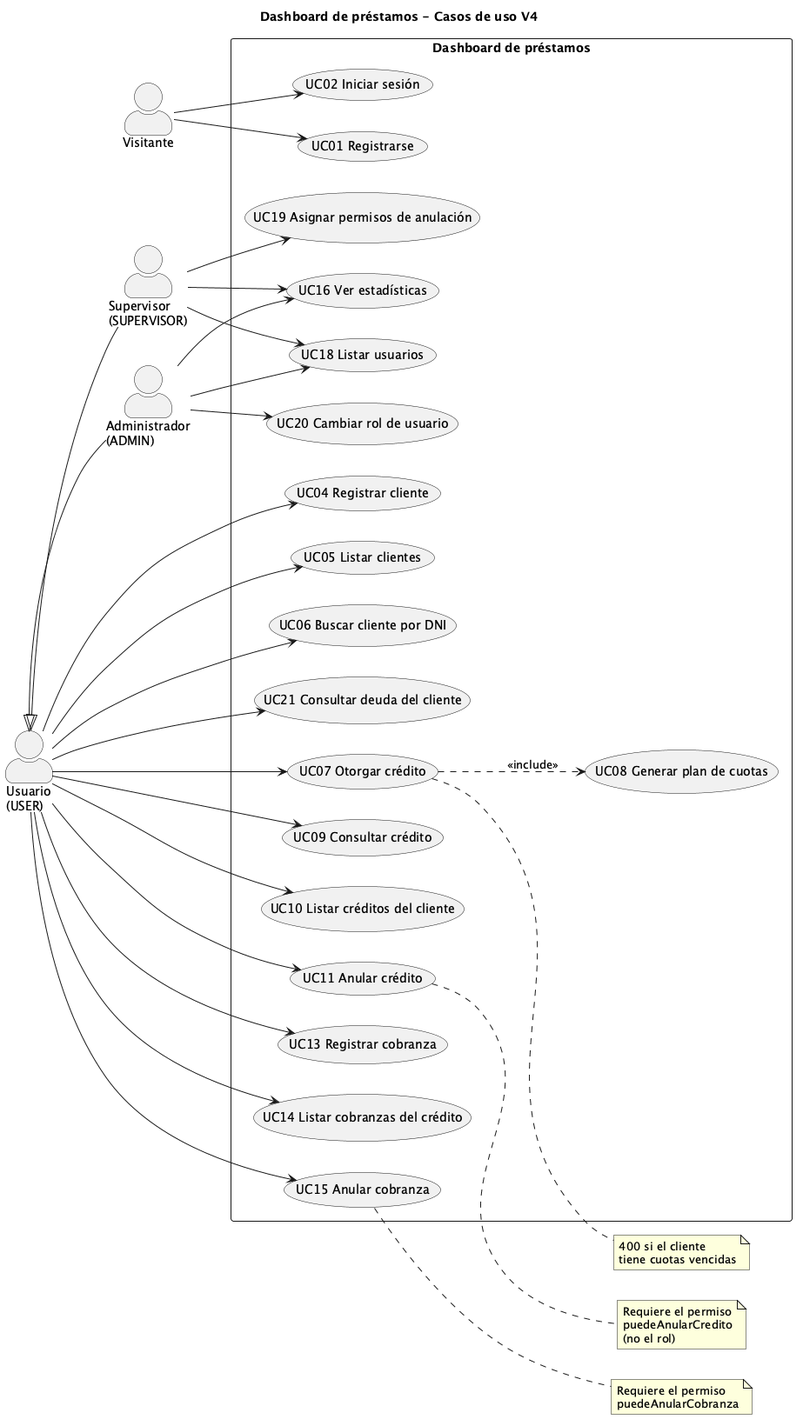
Before: docs/casos-de-uso/casos-de-uso-v4.png, a diagram exported from PlantUML (andreiveisuade/TPO-ProcesoDesarrolloSoftware-V4). Source of this version:
```plantuml
@startuml casos-de-uso-v4
left to right direction
skinparam packageStyle rectangle
skinparam actorStyle awesome

title Dashboard de préstamos - Casos de uso V4

actor "Visitante" as Vis
actor "Usuario\n(USER)" as User
actor "Supervisor\n(SUPERVISOR)" as Sup
actor "Administrador\n(ADMIN)" as Adm

User <|-- Sup
User <|-- Adm

rectangle "Dashboard de préstamos" {
  usecase "UC01 Registrarse" as UC01
  usecase "UC02 Iniciar sesión" as UC02

  usecase "UC04 Registrar cliente" as UC04
  usecase "UC05 Listar clientes" as UC05
  usecase "UC06 Buscar cliente por DNI" as UC06
  usecase "UC21 Consultar deuda del cliente" as UC21

  usecase "UC07 Otorgar crédito" as UC07
  usecase "UC08 Generar plan de cuotas" as UC08
  usecase "UC09 Consultar crédito" as UC09
  usecase "UC10 Listar créditos del cliente" as UC10
  usecase "UC11 Anular crédito" as UC11

  usecase "UC13 Registrar cobranza" as UC13
  usecase "UC14 Listar cobranzas del crédito" as UC14
  usecase "UC15 Anular cobranza" as UC15

  usecase "UC16 Ver estadísticas" as UC16
  usecase "UC18 Listar usuarios" as UC18
  usecase "UC19 Asignar permisos de anulación" as UC19
  usecase "UC20 Cambiar rol de usuario" as UC20
}

Vis --> UC01
Vis --> UC02

User --> UC04
User --> UC05
User --> UC06
User --> UC21
User --> UC07
User --> UC09
User --> UC10
User --> UC11
User --> UC13
User --> UC14
User --> UC15

Sup --> UC16
Sup --> UC18
Sup --> UC19
Adm --> UC16
Adm --> UC18
Adm --> UC20

UC07 ..> UC08 : <<include>>

note right of UC11
  Requiere el permiso
  puedeAnularCredito
  (no el rol)
end note
note right of UC07
  400 si el cliente
  tiene cuotas vencidas
end note
note right of UC15
  Requiere el permiso
  puedeAnularCobranza
end note
@enduml
```
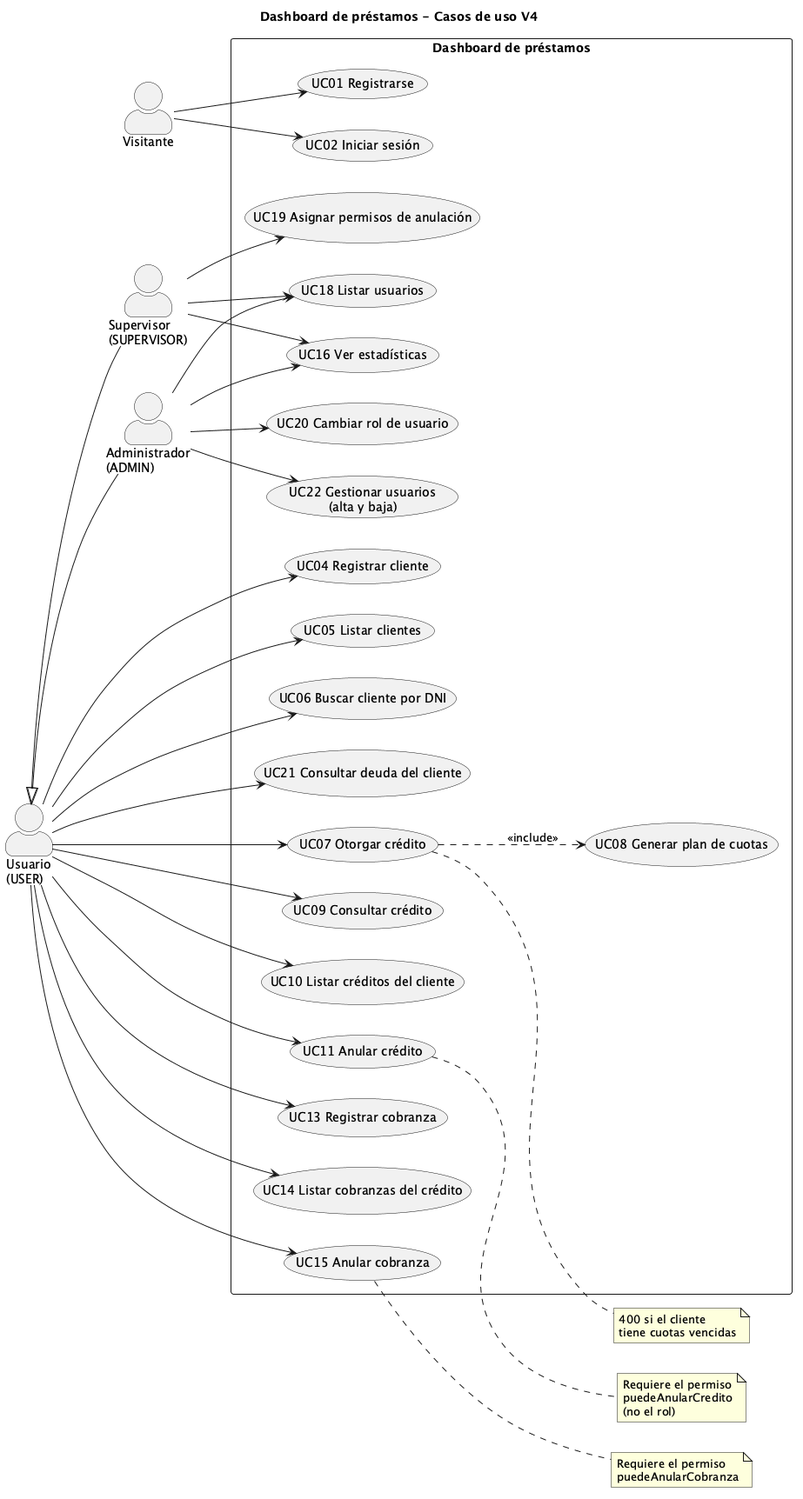
After the change.

Commit message:
Casos de uso: UC22 Gestionar usuarios (alta y baja), login de desactivado en UC02

Diff of the diagram source:
```diff
@@ -36,6 +36,7 @@
   usecase "UC18 Listar usuarios" as UC18
   usecase "UC19 Asignar permisos de anulación" as UC19
   usecase "UC20 Cambiar rol de usuario" as UC20
+  usecase "UC22 Gestionar usuarios\n(alta y baja)" as UC22
 }
 
 Vis --> UC01
@@ -59,6 +60,7 @@
 Adm --> UC16
 Adm --> UC18
 Adm --> UC20
+Adm --> UC22
 
 UC07 ..> UC08 : <<include>>
 
```
